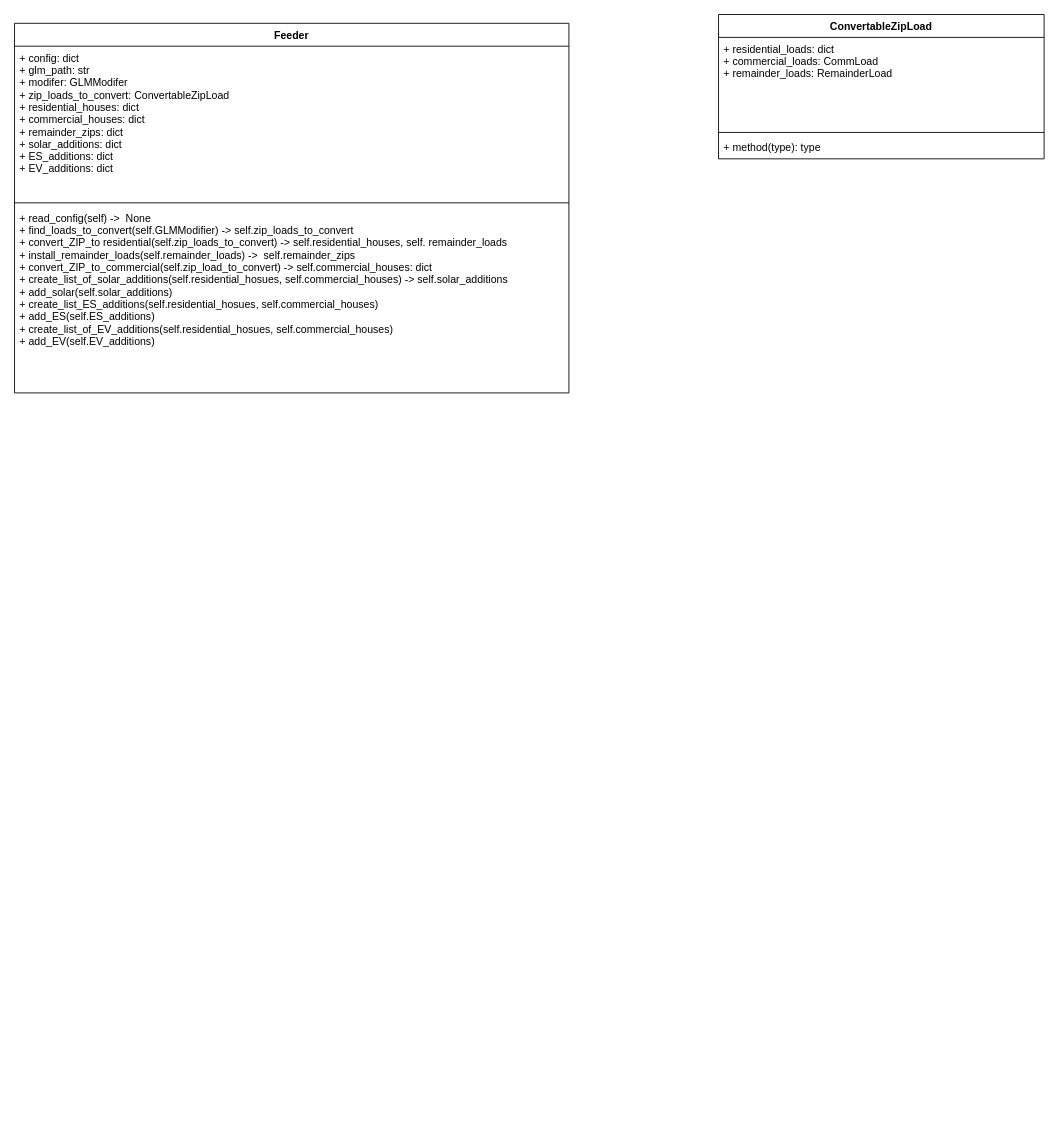
pnnl/tesp keeps this draw.io diagram as doc/design/feeder_generator/feeder generator class diagram.drawio. Above is the earlier version. Source tidied: cells renumbered, new cells numbered last; positions are measured from the earlier drawing's top-left corner, leaving out a move shared by most shapes. Both pictures are drawn from the tidied source at 88%, with x=0, y=0 at pixel (14, 14).
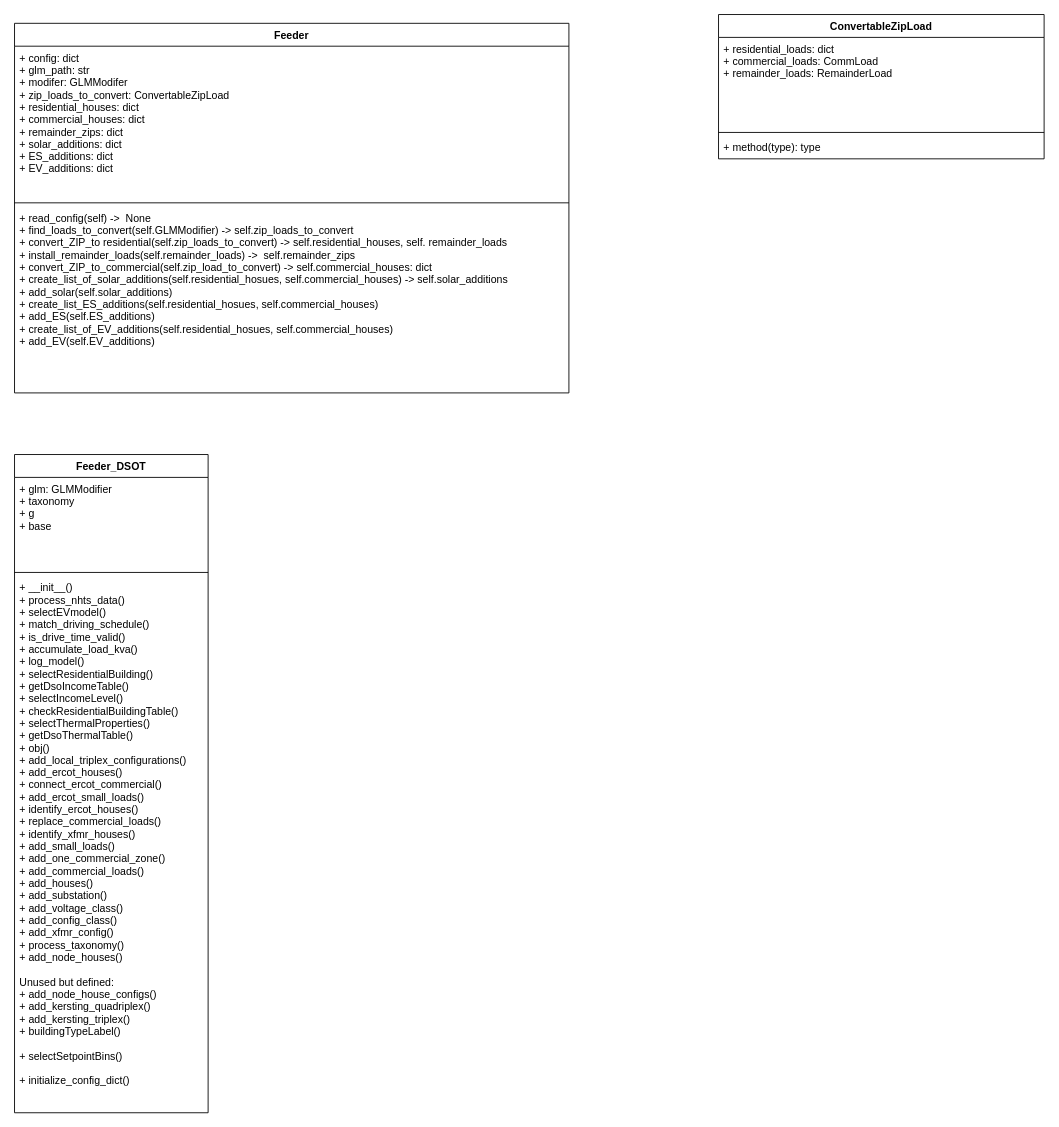
The same page after the edit.

Commit message (it also covers changes not shown here):
Add further documentation on the workflow for the existing DSO+T feeder generator

The edit, as a diff of the source:
```diff
@@
 <mxGraphModel>
   <root>
     <mxCell id="0" />
     <mxCell id="1" parent="0" />
     <mxCell id="2" value="Feeder" style="swimlane;fontStyle=1;align=center;verticalAlign=top;horizontal=1;startSize=26;" parent="1" vertex="1">
       <mxGeometry y="10" width="630" height="420" as="geometry" />
     </mxCell>
     <mxCell id="3" value="+ config: dict&#10;+ glm_path: str&#10;+ modifer: GLMModifer&#10;+ zip_loads_to_convert: ConvertableZipLoad&#10;+ residential_houses: dict&#10;+ commercial_houses: dict&#10;+ remainder_zips: dict&#10;+ solar_additions: dict&#10;+ ES_additions: dict&#10;+ EV_additions: dict" style="text;strokeColor=none;fillColor=none;align=left;verticalAlign=top;spacingLeft=4;spacingRight=4;overflow=hidden;" parent="2" vertex="1">
       <mxGeometry y="26" width="630" height="174" as="geometry" />
     </mxCell>
     <mxCell id="4" style="line;strokeWidth=1;fillColor=none;align=left;verticalAlign=middle;spacingTop=-1;spacingLeft=3;spacingRight=3;labelPosition=right;strokeColor=inherit;" parent="2" vertex="1">
       <mxGeometry y="200" width="630" height="8" as="geometry" />
     </mxCell>
     <mxCell id="5" value="+ read_config(self) -&gt;  None&#10;+ find_loads_to_convert(self.GLMModifier) -&gt; self.zip_loads_to_convert&#10;+ convert_ZIP_to residential(self.zip_loads_to_convert) -&gt; self.residential_houses, self. remainder_loads&#10;+ install_remainder_loads(self.remainder_loads) -&gt;  self.remainder_zips&#10;+ convert_ZIP_to_commercial(self.zip_load_to_convert) -&gt; self.commercial_houses: dict&#10;+ create_list_of_solar_additions(self.residential_hosues, self.commercial_houses) -&gt; self.solar_additions&#10;+ add_solar(self.solar_additions)&#10;+ create_list_ES_additions(self.residential_hosues, self.commercial_houses)&#10;+ add_ES(self.ES_additions)&#10;+ create_list_of_EV_additions(self.residential_hosues, self.commercial_houses)&#10;+ add_EV(self.EV_additions)&#10;" style="text;strokeColor=none;fillColor=none;align=left;verticalAlign=top;spacingLeft=4;spacingRight=4;overflow=hidden;" parent="2" vertex="1">
       <mxGeometry y="208" width="630" height="212" as="geometry" />
     </mxCell>
     <mxCell id="6" value="ConvertableZipLoad" style="swimlane;fontStyle=1;align=center;verticalAlign=top;horizontal=1;startSize=26;" parent="1" vertex="1">
       <mxGeometry x="800" width="370" height="164" as="geometry" />
     </mxCell>
     <mxCell id="7" value="+ residential_loads: dict&#10;+ commercial_loads: CommLoad&#10;+ remainder_loads: RemainderLoad" style="text;strokeColor=none;fillColor=none;align=left;verticalAlign=top;spacingLeft=4;spacingRight=4;overflow=hidden;" parent="6" vertex="1">
       <mxGeometry y="26" width="370" height="104" as="geometry" />
     </mxCell>
     <mxCell id="8" style="line;strokeWidth=1;fillColor=none;align=left;verticalAlign=middle;spacingTop=-1;spacingLeft=3;spacingRight=3;labelPosition=right;strokeColor=inherit;" parent="6" vertex="1">
       <mxGeometry y="130" width="370" height="8" as="geometry" />
     </mxCell>
     <mxCell id="9" value="+ method(type): type" style="text;strokeColor=none;fillColor=none;align=left;verticalAlign=top;spacingLeft=4;spacingRight=4;overflow=hidden;" parent="6" vertex="1">
       <mxGeometry y="138" width="370" height="26" as="geometry" />
     </mxCell>
+    <mxCell id="10" value="Feeder_DSOT" style="swimlane;fontStyle=1;align=center;verticalAlign=top;horizontal=1;startSize=26;" parent="1" vertex="1">
+      <mxGeometry y="500" width="220" height="748" as="geometry" />
+    </mxCell>
+    <mxCell id="11" value="+ glm: GLMModifier&#10;+ taxonomy&#10;+ g&#10;+ base" style="text;strokeColor=none;fillColor=none;align=left;verticalAlign=top;spacingLeft=4;spacingRight=4;overflow=hidden;" parent="10" vertex="1">
+      <mxGeometry y="26" width="220" height="104" as="geometry" />
+    </mxCell>
+    <mxCell id="12" style="line;strokeWidth=1;fillColor=none;align=left;verticalAlign=middle;spacingTop=-1;spacingLeft=3;spacingRight=3;labelPosition=right;strokeColor=inherit;" parent="10" vertex="1">
+      <mxGeometry y="130" width="220" height="8" as="geometry" />
+    </mxCell>
+    <mxCell id="13" value="+ __init__()&#10;+ process_nhts_data()&#10;+ selectEVmodel()&#10;+ match_driving_schedule()&#10;+ is_drive_time_valid()&#10;+ accumulate_load_kva()&#10;+ log_model()&#10;+ selectResidentialBuilding()&#10;+ getDsoIncomeTable()&#10;+ selectIncomeLevel()&#10;+ checkResidentialBuildingTable()&#10;+ selectThermalProperties()&#10;+ getDsoThermalTable()&#10;+ obj()&#10;+ add_local_triplex_configurations()&#10;+ add_ercot_houses()&#10;+ connect_ercot_commercial()&#10;+ add_ercot_small_loads()&#10;+ identify_ercot_houses()&#10;+ replace_commercial_loads()&#10;+ identify_xfmr_houses()&#10;+ add_small_loads()&#10;+ add_one_commercial_zone()&#10;+ add_commercial_loads()&#10;+ add_houses()&#10;+ add_substation()&#10;+ add_voltage_class()&#10;+ add_config_class()&#10;+ add_xfmr_config()&#10;+ process_taxonomy()&#10;+ add_node_houses()&#10;&#10;Unused but defined:&#10;+ add_node_house_configs()&#10;+ add_kersting_quadriplex()&#10;+ add_kersting_triplex()&#10;+ buildingTypeLabel()&#10;&#10;+ selectSetpointBins()&#10;&#10;+ initialize_config_dict()&#10;" style="text;strokeColor=none;fillColor=none;align=left;verticalAlign=top;spacingLeft=4;spacingRight=4;overflow=hidden;" parent="10" vertex="1">
+      <mxGeometry y="138" width="220" height="610" as="geometry" />
+    </mxCell>
   </root>
 </mxGraphModel>
```
